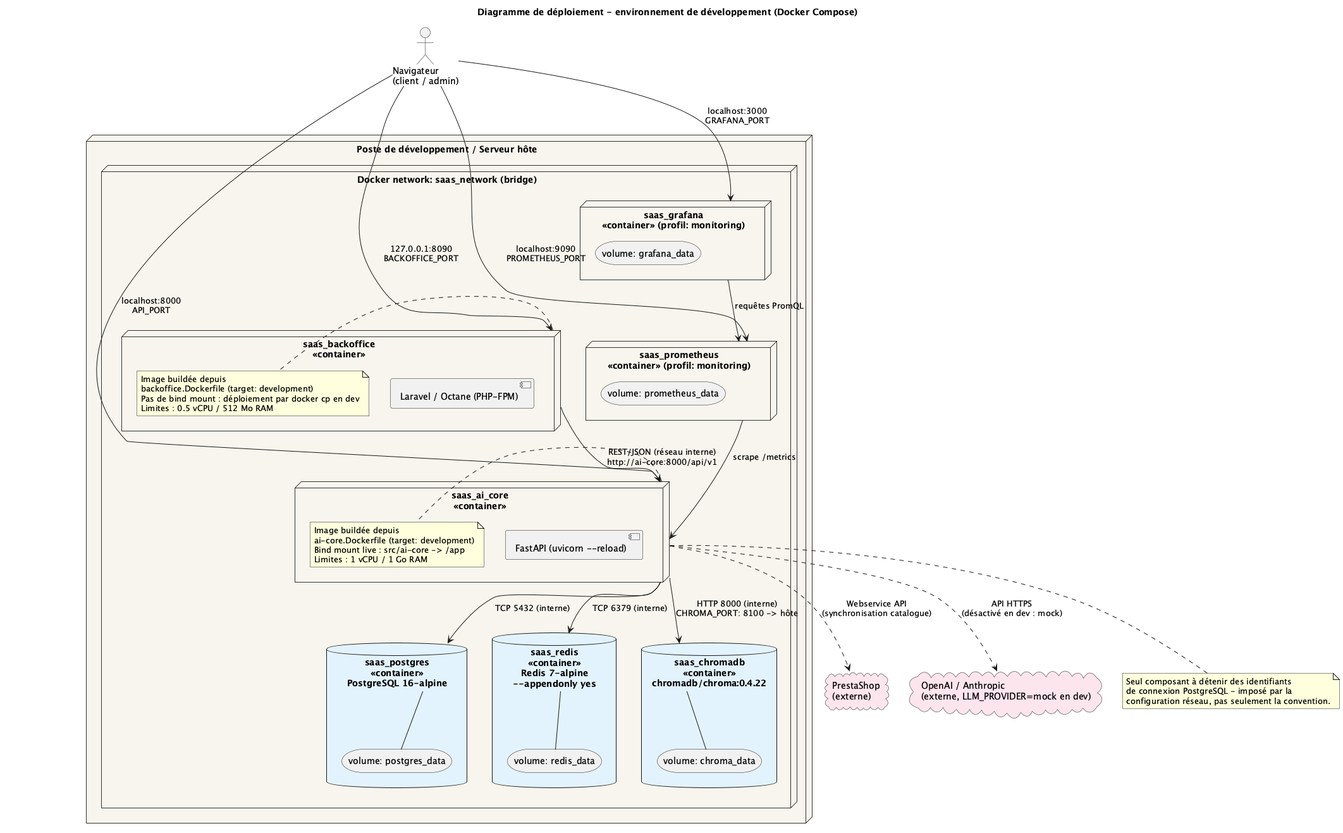
Before: docs/diagrams/Deployment_Diagram.png, a diagram exported from PlantUML (WnOussama/ecommerce-ai-platform). Source of this version:
```plantuml
@startuml Deployment_Diagram

title Diagramme de déploiement - environnement de développement (Docker Compose)

skinparam node {
    BackgroundColor #f7f4ec
    BorderColor #333333
}
skinparam database {
    BackgroundColor #e3f2fd
}
skinparam cloud {
    BackgroundColor #fce4ec
}

node "Poste de développement / Serveur hôte" {

    node "Docker network: saas_network (bridge)" {

        node "saas_ai_core\n<<container>>" as aicore {
            component "FastAPI (uvicorn --reload)" as aicore_app
            note right of aicore
                Image buildée depuis
                ai-core.Dockerfile (target: development)
                Bind mount live : src/ai-core -> /app
                Limites : 1 vCPU / 1 Go RAM
            end note
        }

        node "saas_backoffice\n<<container>>" as backoffice {
            component "Laravel / Octane (PHP-FPM)" as bo_app
            note right of backoffice
                Image buildée depuis
                backoffice.Dockerfile (target: development)
                Pas de bind mount : déploiement par docker cp en dev
                Limites : 0.5 vCPU / 512 Mo RAM
            end note
        }

        database "saas_postgres\n<<container>>\nPostgreSQL 16-alpine" as pg {
            storage "volume: postgres_data" as pg_vol
        }

        database "saas_redis\n<<container>>\nRedis 7-alpine\n--appendonly yes" as redis {
            storage "volume: redis_data" as redis_vol
        }

        database "saas_chromadb\n<<container>>\nchromadb/chroma:0.4.22" as chroma {
            storage "volume: chroma_data" as chroma_vol
        }

        node "saas_prometheus\n<<container>> (profil: monitoring)" as prom {
            storage "volume: prometheus_data"
        }

        node "saas_grafana\n<<container>> (profil: monitoring)" as grafana {
            storage "volume: grafana_data"
        }
    }
}

cloud "PrestaShop\n(externe)" as prestashop
cloud "OpenAI / Anthropic\n(externe, LLM_PROVIDER=mock en dev)" as llm

actor "Navigateur\n(client / admin)" as browser

browser --> aicore : "localhost:8000\nAPI_PORT"
browser --> backoffice : "127.0.0.1:8090\nBACKOFFICE_PORT"
browser --> grafana : "localhost:3000\nGRAFANA_PORT"
browser --> prom : "localhost:9090\nPROMETHEUS_PORT"

backoffice --> aicore : "REST/JSON (réseau interne)\nhttp://ai-core:8000/api/v1"
aicore --> pg : "TCP 5432 (interne)"
aicore --> redis : "TCP 6379 (interne)"
aicore --> chroma : "HTTP 8000 (interne)\nCHROMA_PORT: 8100 -> hôte"
aicore ..> prestashop : "Webservice API\n(synchronisation catalogue)"
aicore ..> llm : "API HTTPS\n(désactivé en dev : mock)"
prom --> aicore : "scrape /metrics"
grafana --> prom : "requêtes PromQL"

pg -- pg_vol
redis -- redis_vol
chroma -- chroma_vol

note bottom of aicore
    Seul composant à détenir des identifiants
    de connexion PostgreSQL - imposé par la
    configuration réseau, pas seulement la convention.
end note

@enduml
```
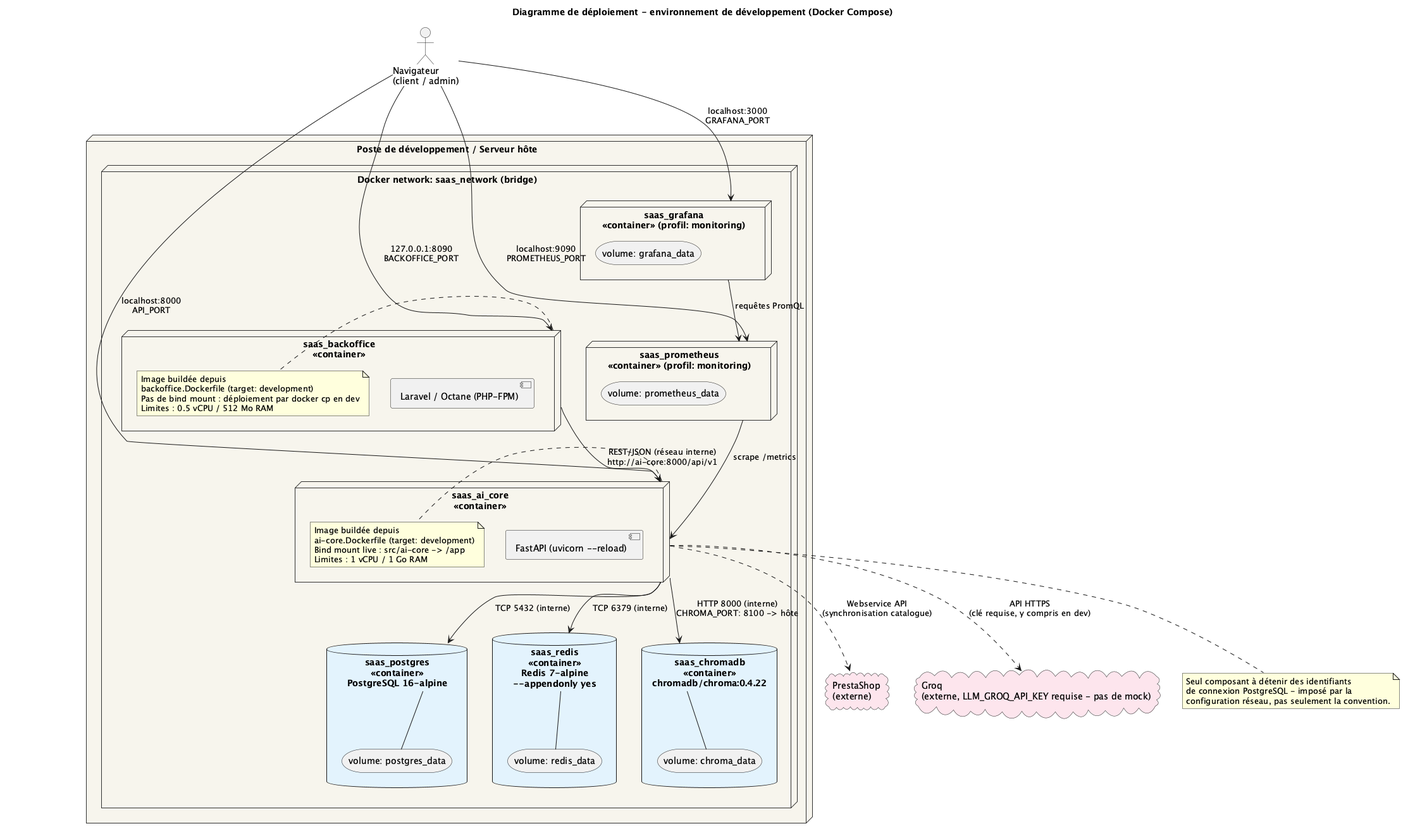
After the commit.

Diff of the diagram source:
```diff
@@ -60,7 +60,7 @@
 }
 
 cloud "PrestaShop\n(externe)" as prestashop
-cloud "OpenAI / Anthropic\n(externe, LLM_PROVIDER=mock en dev)" as llm
+cloud "Groq\n(externe, LLM_GROQ_API_KEY requise - pas de mock)" as llm
 
 actor "Navigateur\n(client / admin)" as browser
 
@@ -74,7 +74,7 @@
 aicore --> redis : "TCP 6379 (interne)"
 aicore --> chroma : "HTTP 8000 (interne)\nCHROMA_PORT: 8100 -> hôte"
 aicore ..> prestashop : "Webservice API\n(synchronisation catalogue)"
-aicore ..> llm : "API HTTPS\n(désactivé en dev : mock)"
+aicore ..> llm : "API HTTPS\n(clé requise, y compris en dev)"
 prom --> aicore : "scrape /metrics"
 grafana --> prom : "requêtes PromQL"
 
```
